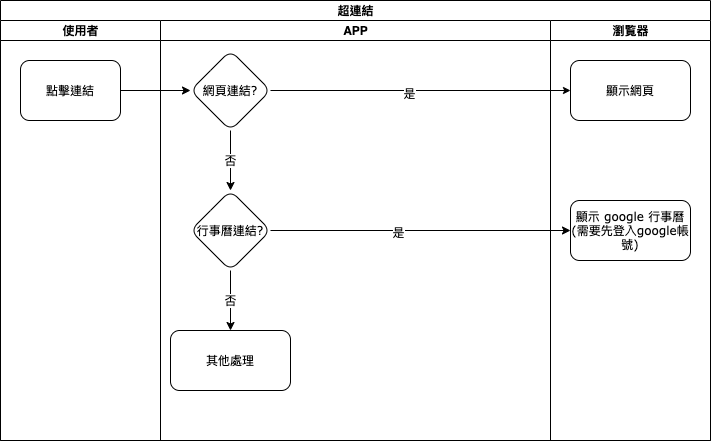
The draw.io diagram 8.10.0/UPDATE/ITEM_2/MAE/image/workflow_hyperlink.png in ArcareRD/sadocs, before a commit. Source tidied: cells renumbered, new cells last; positions are measured from the earlier drawing's top-left corner, leaving out a move shared by most shapes.
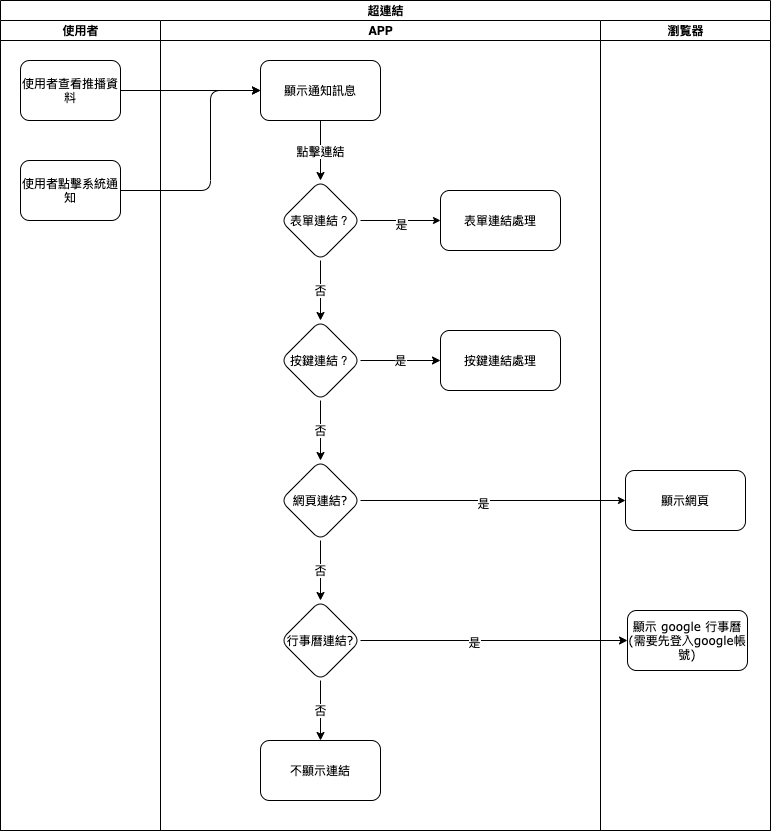
The same diagram one commit later.

Change to the diagram source:
```diff
@@ -1,57 +1,104 @@
-<mxGraphModel background="#ffffff">
+<mxGraphModel>
   <root>
-    <mxCell id="0" />
-    <mxCell id="1" parent="0" />
+    <mxCell id="19" />
+    <mxCell id="20" parent="19" />
-    <mxCell id="2" value="超連結" style="swimlane;html=1;startSize=20;rounded=0;shadow=0;labelBackgroundColor=none;strokeWidth=1;fontFamily=Verdana;fontSize=8;align=center;" parent="1" vertex="1">
-      <mxGeometry width="710" height="440" as="geometry" />
+    <mxCell id="2" value="超連結" style="swimlane;html=1;startSize=20;rounded=0;shadow=0;labelBackgroundColor=none;strokeWidth=1;fontFamily=Verdana;fontSize=8;align=center;" parent="20" vertex="1">
+      <mxGeometry width="770" height="830" as="geometry" />
     </mxCell>
     <mxCell id="3" value="使用者" style="swimlane;html=1;startSize=20;" parent="2" vertex="1">
-      <mxGeometry y="20" width="160" height="420" as="geometry" />
+      <mxGeometry y="20" width="160" height="810" as="geometry" />
     </mxCell>
+    <mxCell id="21" value="使用者查看推播資料" style="rounded=1;whiteSpace=wrap;html=1;shadow=0;labelBackgroundColor=none;strokeWidth=1;fontFamily=Verdana;fontSize=8;align=center;" parent="3" vertex="1">
+      <mxGeometry x="20" y="40" width="100" height="60" as="geometry" />
+    </mxCell>
+    <mxCell id="22" value="使用者點擊系統通知" style="rounded=1;whiteSpace=wrap;html=1;shadow=0;labelBackgroundColor=none;strokeWidth=1;fontFamily=Verdana;fontSize=8;align=center;" parent="3" vertex="1">
+      <mxGeometry x="20" y="140" width="100" height="60" as="geometry" />
+    </mxCell>
+    <mxCell id="5" value="APP" style="swimlane;html=1;startSize=20;" parent="2" vertex="1">
+      <mxGeometry x="160" y="20" width="440" height="810" as="geometry" />
+    </mxCell>
+    <mxCell id="23" value="表單連結？" style="rhombus;whiteSpace=wrap;html=1;rounded=1;shadow=0;fontFamily=Verdana;fontSize=8;strokeWidth=1;" parent="5" vertex="1">
+      <mxGeometry x="120" y="160" width="80" height="80" as="geometry" />
+    </mxCell>
+    <mxCell id="24" value="表單連結處理" style="whiteSpace=wrap;html=1;rounded=1;shadow=0;fontFamily=Verdana;fontSize=8;strokeWidth=1;" parent="5" vertex="1">
+      <mxGeometry x="280" y="170" width="120" height="60" as="geometry" />
+    </mxCell>
+    <mxCell id="25" style="edgeStyle=orthogonalEdgeStyle;rounded=1;jettySize=auto;html=1;startSize=5;endSize=5;exitX=1;exitY=0.5;exitDx=0;exitDy=0;" parent="5" edge="1" source="23" target="24">
+      <mxGeometry relative="1" as="geometry" />
+    </mxCell>
+    <mxCell id="26" value="是" style="edgeLabel;html=1;align=center;verticalAlign=middle;" parent="25" vertex="1">
+      <mxGeometry y="-3" relative="1" as="geometry" />
+    </mxCell>
+    <mxCell id="27" style="edgeStyle=orthogonalEdgeStyle;rounded=1;jettySize=auto;html=1;" parent="5" edge="1" source="28" target="23">
+      <mxGeometry relative="1" as="geometry" />
+    </mxCell>
-    <mxCell id="4" value="點擊連結" style="rounded=1;whiteSpace=wrap;html=1;shadow=0;labelBackgroundColor=none;strokeWidth=1;fontFamily=Verdana;fontSize=8;align=center;" parent="3" vertex="1">
-      <mxGeometry x="20" y="40" width="100" height="60" as="geometry" />
+    <mxCell id="4" value="點擊連結" style="edgeLabel;html=1;align=center;verticalAlign=middle;points=[];" parent="27" vertex="1">
+      <mxGeometry x="0.01" y="-1" relative="1" as="geometry" />
     </mxCell>
-    <mxCell id="5" value="APP" style="swimlane;html=1;startSize=20;" parent="2" vertex="1">
-      <mxGeometry x="160" y="20" width="390" height="420" as="geometry" />
-    </mxCell>
+    <mxCell id="28" value="顯示通知訊息" style="whiteSpace=wrap;html=1;rounded=1;shadow=0;fontFamily=Verdana;fontSize=8;strokeWidth=1;" parent="5" vertex="1">
+      <mxGeometry x="100" y="40" width="120" height="60" as="geometry" />
+    </mxCell>
+    <mxCell id="29" value="否" style="edgeStyle=orthogonalEdgeStyle;rounded=0;jettySize=auto;html=1;exitX=0.5;exitY=1;exitDx=0;exitDy=0;" parent="5" edge="1" source="30" target="6">
+      <mxGeometry relative="1" as="geometry" />
+    </mxCell>
+    <mxCell id="30" value="按鍵連結？" style="rhombus;whiteSpace=wrap;html=1;rounded=1;shadow=0;fontFamily=Verdana;fontSize=8;strokeWidth=1;" parent="5" vertex="1">
+      <mxGeometry x="120" y="300" width="80" height="80" as="geometry" />
+    </mxCell>
+    <mxCell id="31" value="否" style="edgeStyle=orthogonalEdgeStyle;rounded=0;jettySize=auto;html=1;" parent="5" edge="1" source="23" target="30">
+      <mxGeometry relative="1" as="geometry" />
+    </mxCell>
+    <mxCell id="32" value="按鍵連結處理" style="whiteSpace=wrap;html=1;rounded=1;shadow=0;fontFamily=Verdana;fontSize=8;strokeWidth=1;" parent="5" vertex="1">
+      <mxGeometry x="280" y="310" width="120" height="60" as="geometry" />
+    </mxCell>
+    <mxCell id="33" value="是" style="edgeStyle=orthogonalEdgeStyle;rounded=0;jettySize=auto;html=1;" parent="5" edge="1" source="30" target="32">
+      <mxGeometry relative="1" as="geometry" />
+    </mxCell>
     <mxCell id="6" value="&lt;span&gt;網頁連結?&lt;/span&gt;" style="rhombus;whiteSpace=wrap;html=1;rounded=1;shadow=0;fontFamily=Verdana;fontSize=8;strokeWidth=1;" parent="5" vertex="1">
-      <mxGeometry x="30" y="30" width="80" height="80" as="geometry" />
+      <mxGeometry x="120" y="440" width="80" height="80" as="geometry" />
     </mxCell>
-    <mxCell id="7" value="其他處理" style="whiteSpace=wrap;html=1;rounded=1;shadow=0;fontFamily=Verdana;fontSize=8;strokeWidth=1;" parent="5" vertex="1">
-      <mxGeometry x="10" y="310" width="120" height="60" as="geometry" />
-    </mxCell>
-    <mxCell id="8" value="否" style="edgeStyle=orthogonalEdgeStyle;rounded=0;jettySize=auto;html=1;exitX=0.5;exitY=1;exitDx=0;exitDy=0;" parent="5" edge="1" source="9" target="7">
-      <mxGeometry relative="1" as="geometry" />
-    </mxCell>
+    <mxCell id="34" value="不顯示連結" style="whiteSpace=wrap;html=1;rounded=1;shadow=0;fontFamily=Verdana;fontSize=8;strokeWidth=1;" parent="5" vertex="1">
+      <mxGeometry x="100" y="720" width="120" height="60" as="geometry" />
+    </mxCell>
+    <mxCell id="35" value="否" style="edgeStyle=orthogonalEdgeStyle;rounded=0;jettySize=auto;html=1;exitX=0.5;exitY=1;exitDx=0;exitDy=0;" parent="5" edge="1" source="9" target="34">
+      <mxGeometry relative="1" as="geometry" />
+    </mxCell>
     <mxCell id="9" value="&lt;span&gt;行事曆連結?&lt;/span&gt;" style="rhombus;whiteSpace=wrap;html=1;rounded=1;shadow=0;fontFamily=Verdana;fontSize=8;strokeWidth=1;" parent="5" vertex="1">
-      <mxGeometry x="30" y="170" width="80" height="80" as="geometry" />
+      <mxGeometry x="120" y="580" width="80" height="80" as="geometry" />
     </mxCell>
     <mxCell id="10" value="否" style="edgeStyle=orthogonalEdgeStyle;rounded=0;jettySize=auto;html=1;" parent="5" edge="1" source="6" target="9">
       <mxGeometry relative="1" as="geometry" />
     </mxCell>
     <mxCell id="11" value="瀏覧器" style="swimlane;html=1;startSize=20;" parent="2" vertex="1">
-      <mxGeometry x="550" y="20" width="160" height="420" as="geometry" />
+      <mxGeometry x="600" y="20" width="170" height="810" as="geometry" />
     </mxCell>
     <mxCell id="12" value="顯示網頁" style="whiteSpace=wrap;html=1;rounded=1;shadow=0;fontFamily=Verdana;fontSize=8;strokeWidth=1;" parent="11" vertex="1">
-      <mxGeometry x="20" y="40" width="120" height="60" as="geometry" />
+      <mxGeometry x="25" y="450" width="120" height="60" as="geometry" />
     </mxCell>
     <mxCell id="13" value="顯示 google 行事曆(需要先登入google帳號)" style="whiteSpace=wrap;html=1;rounded=1;shadow=0;fontFamily=Verdana;fontSize=8;strokeWidth=1;" parent="11" vertex="1">
-      <mxGeometry x="20" y="180" width="120" height="60" as="geometry" />
+      <mxGeometry x="27" y="590" width="120" height="60" as="geometry" />
     </mxCell>
+    <mxCell id="36" style="edgeStyle=orthogonalEdgeStyle;rounded=0;jettySize=auto;html=1;" parent="2" edge="1" source="21" target="28">
+      <mxGeometry relative="1" as="geometry" />
+    </mxCell>
     <mxCell id="14" style="edgeStyle=orthogonalEdgeStyle;rounded=1;jettySize=auto;html=1;startSize=5;endSize=5;" parent="2" edge="1" source="6" target="12">
       <mxGeometry relative="1" as="geometry" />
     </mxCell>
-    <mxCell id="15" value="是" style="edgeLabel;html=1;align=center;verticalAlign=middle;" parent="14" vertex="1">
-      <mxGeometry x="-0.08" y="-2" relative="1" as="geometry" />
-    </mxCell>
-    <mxCell id="16" style="edgeStyle=orthogonalEdgeStyle;rounded=1;jettySize=auto;html=1;" parent="2" edge="1" source="4" target="6">
-      <mxGeometry relative="1" as="geometry" />
-    </mxCell>
+    <mxCell id="37" value="是" style="edgeLabel;html=1;align=center;verticalAlign=middle;" parent="14" vertex="1">
+      <mxGeometry x="-0.08" y="-2" relative="1" as="geometry" />
+    </mxCell>
     <mxCell id="17" style="edgeStyle=orthogonalEdgeStyle;rounded=0;jettySize=auto;html=1;" parent="2" edge="1" source="9" target="13">
       <mxGeometry relative="1" as="geometry" />
     </mxCell>
-    <mxCell id="18" value="是" style="edgeLabel;html=1;align=center;verticalAlign=middle;" parent="17" vertex="1">
-      <mxGeometry x="-0.15" y="-1" relative="1" as="geometry" />
-    </mxCell>
+    <mxCell id="38" value="是" style="edgeLabel;html=1;align=center;verticalAlign=middle;" parent="17" vertex="1">
+      <mxGeometry x="-0.15" y="-1" relative="1" as="geometry" />
+    </mxCell>
+    <mxCell id="39" style="edgeStyle=orthogonalEdgeStyle;jettySize=auto;html=1;exitX=1;exitY=0.5;exitDx=0;exitDy=0;rounded=1;" parent="2" edge="1" source="22" target="28">
+      <mxGeometry relative="1" as="geometry">
+        <Array as="points">
+          <mxPoint x="210" y="190" />
+          <mxPoint x="210" y="90" />
+        </Array>
+      </mxGeometry>
+    </mxCell>
   </root>
 </mxGraphModel>
```
